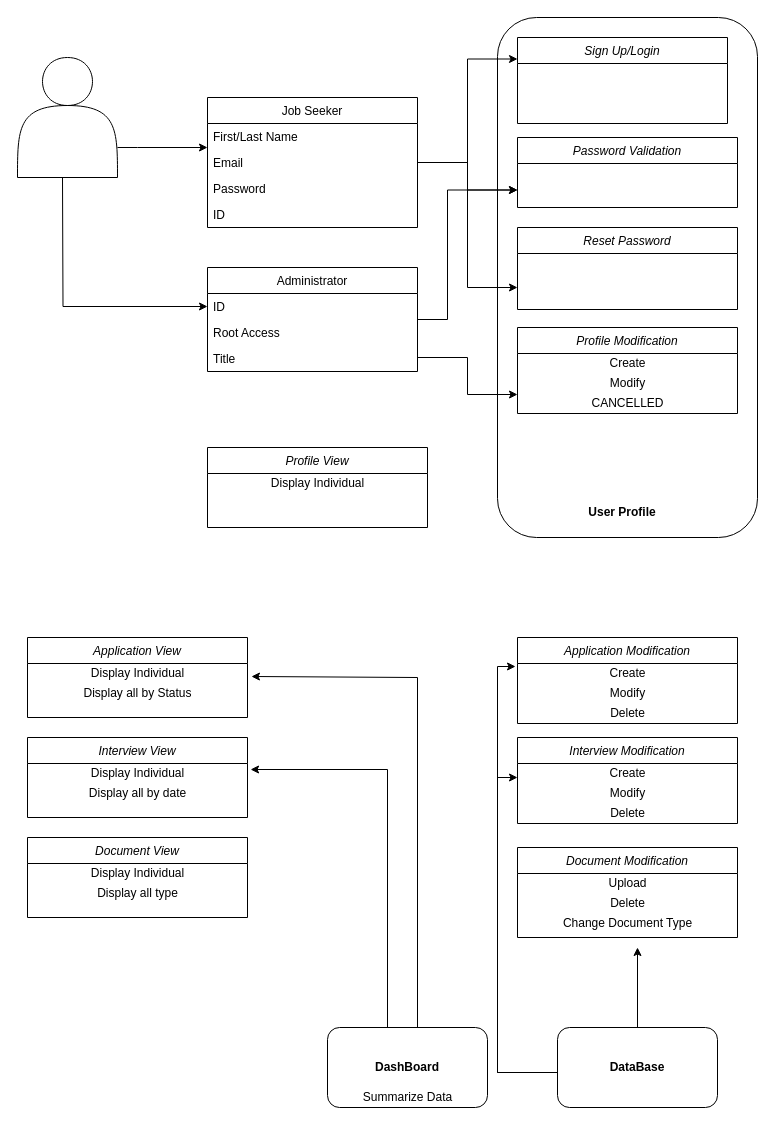
The draw.io diagram UseCase.drawio in helenewillits/JobMe, before the edit. Source tidied: cells renumbered, new cells numbered last; positions are measured from the earlier drawing's top-left corner, leaving out a move shared by most shapes. Both pictures are drawn from the tidied source at 100%, with x=0, y=0 at pixel (17, 17).
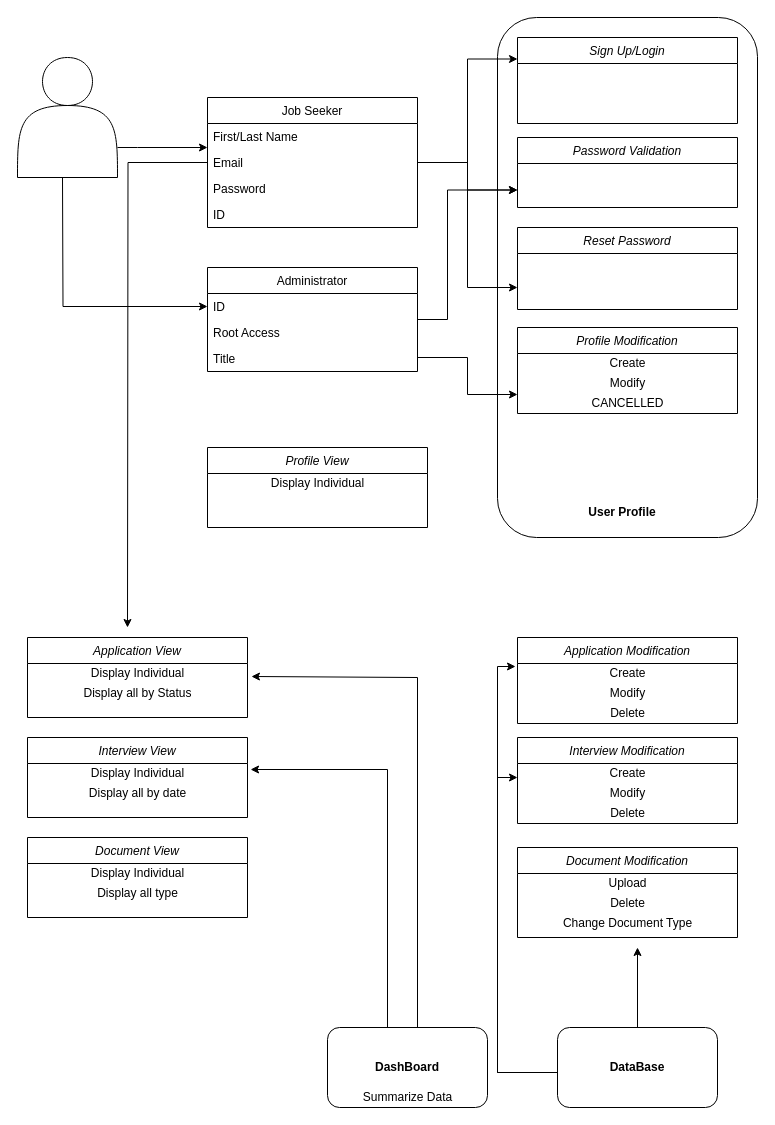
The same page after the edit.

The change refers to these unchanged cells:
```xml
<mxCell id="7" value="Job Seeker" style="swimlane;fontStyle=0;align=center;verticalAlign=top;horizontal=1;startSize=26;rounded=0;shadow=0;strokeWidth=1;" parent="1" vertex="1">
  <mxGeometry x="190" y="80" width="210" height="130" as="geometry" />
</mxCell>
```

Change to the diagram source:
```diff
@@
     <mxCell id="3" value="Sign Up/Login" style="swimlane;fontStyle=2;align=center;verticalAlign=top;horizontal=1;startSize=26;rounded=0;shadow=0;strokeWidth=1;" parent="1" vertex="1">
-      <mxGeometry x="500" y="20" width="210" height="86" as="geometry" />
+      <mxGeometry x="500" y="20" width="220" height="86" as="geometry" />
     </mxCell>
@@
+    <mxCell id="59" style="edgeStyle=orthogonalEdgeStyle;rounded=0;jettySize=auto;html=1;" parent="1" edge="1" source="7">
+      <mxGeometry relative="1" as="geometry">
+        <mxPoint x="110" y="610" as="targetPoint" />
+      </mxGeometry>
+    </mxCell>
```
